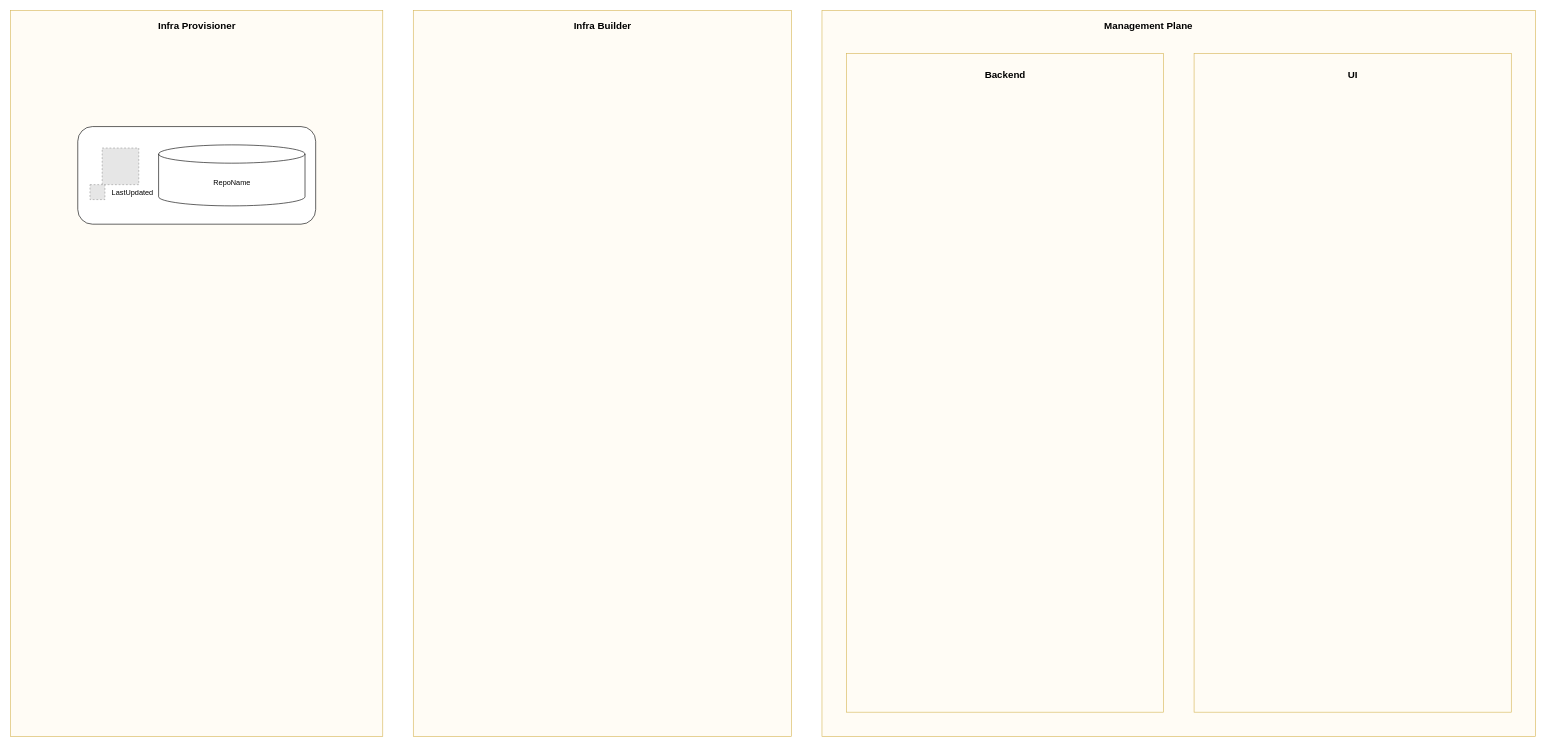
hamzahalneshmi/JSON keeps this draw.io diagram as sample.drawio. Above is the earlier version. Source tidied: cells renumbered, new cells numbered last; positions are measured from the earlier drawing's top-left corner, leaving out a move shared by most shapes. Both pictures are drawn from the tidied source at 61%, with x=0, y=0 at pixel (10, 10). Pictures stored in the file or linked from it are replaced by grey dashed boxes.
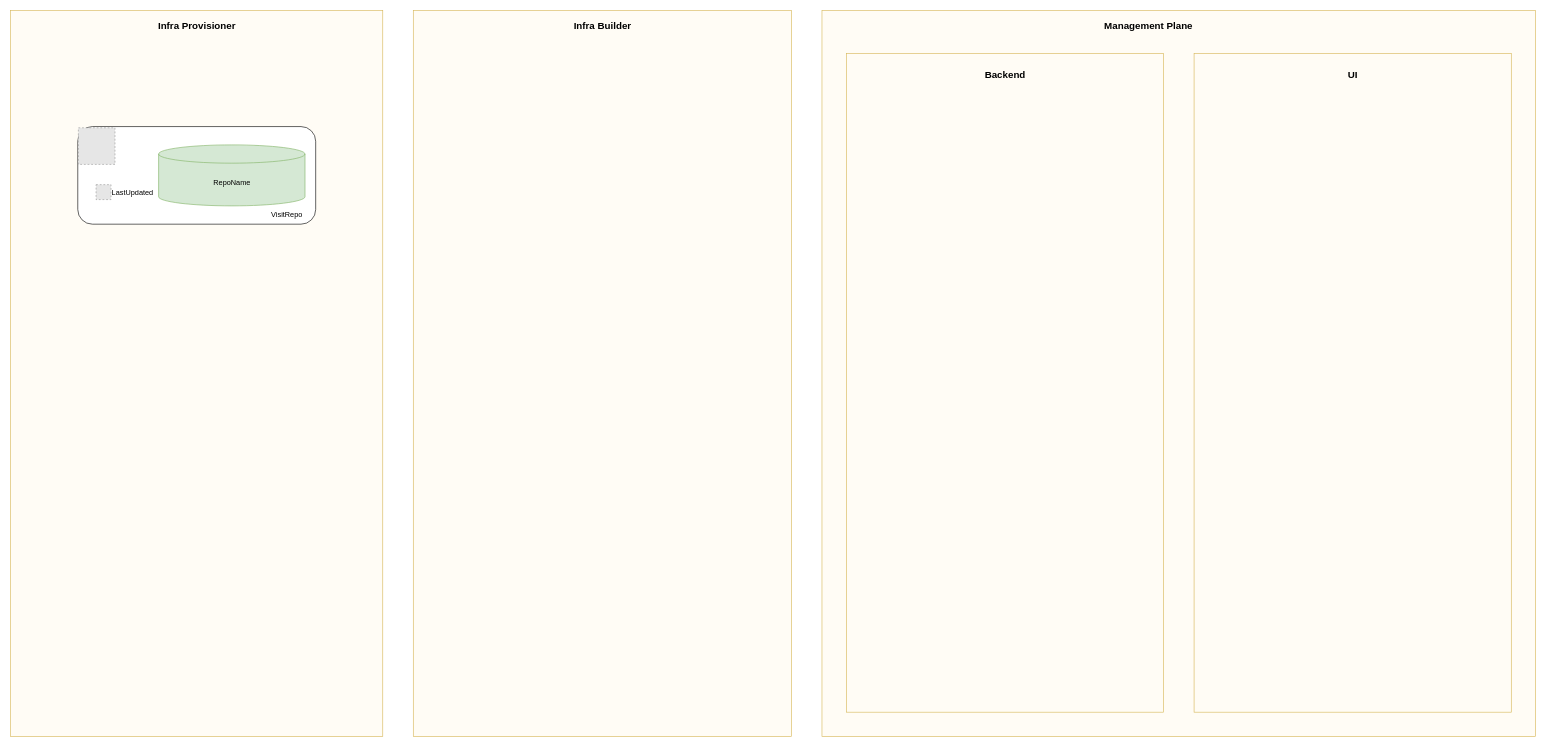
The same diagram, later.

Change to the diagram source:
```diff
@@
 <mxGraphModel>
   <root>
     <mxCell id="0" />
     <mxCell id="1" parent="0" />
     <mxCell id="2" style="rounded=0;whiteSpace=wrap;html=1;fillColor=#fffcf5;strokeColor=#d6b656;" parent="1" vertex="1">
       <mxGeometry width="610" height="1190" as="geometry" />
     </mxCell>
     <mxCell id="3" value="&lt;b&gt;&lt;font style=&quot;font-size: 16px;&quot;&gt;Infra Provisioner&lt;/font&gt;&lt;/b&gt;" style="text;html=1;align=center;verticalAlign=middle;strokeColor=none;fillColor=none;" parent="1" vertex="1">
       <mxGeometry x="230" y="10" width="150" height="30" as="geometry" />
     </mxCell>
     <mxCell id="4" style="rounded=0;whiteSpace=wrap;html=1;fillColor=#fffcf5;strokeColor=#d6b656;" parent="1" vertex="1">
       <mxGeometry x="660" width="620" height="1190" as="geometry" />
     </mxCell>
     <mxCell id="5" value="&lt;b&gt;&lt;font style=&quot;font-size: 16px;&quot;&gt;Infra Builder&lt;/font&gt;&lt;/b&gt;" style="text;html=1;align=center;verticalAlign=middle;strokeColor=none;fillColor=none;" parent="1" vertex="1">
       <mxGeometry x="910" y="10" width="120" height="30" as="geometry" />
     </mxCell>
     <mxCell id="6" style="rounded=0;whiteSpace=wrap;html=1;fillColor=#fffcf5;strokeColor=#d6b656;" parent="1" vertex="1">
       <mxGeometry x="1330" width="1170" height="1190" as="geometry" />
     </mxCell>
     <mxCell id="7" value="&lt;b&gt;&lt;font style=&quot;font-size: 16px;&quot;&gt;Management Plane&lt;/font&gt;&lt;/b&gt;" style="text;html=1;align=center;verticalAlign=middle;strokeColor=none;fillColor=none;" parent="1" vertex="1">
       <mxGeometry x="1780" y="10" width="170" height="30" as="geometry" />
     </mxCell>
     <mxCell id="8" style="rounded=0;whiteSpace=wrap;html=1;fillColor=#fffcf5;strokeColor=#d6b656;" parent="1" vertex="1">
       <mxGeometry x="1370" y="70" width="520" height="1080" as="geometry" />
     </mxCell>
     <mxCell id="9" style="rounded=0;whiteSpace=wrap;html=1;fillColor=#fffcf5;strokeColor=#d6b656;" parent="1" vertex="1">
       <mxGeometry x="1940" y="70" width="520" height="1080" as="geometry" />
     </mxCell>
     <mxCell id="10" value="&lt;b&gt;&lt;font style=&quot;font-size: 16px;&quot;&gt;Backend&lt;/font&gt;&lt;/b&gt;" style="text;html=1;align=center;verticalAlign=middle;strokeColor=none;fillColor=none;" parent="1" vertex="1">
       <mxGeometry x="1585" y="90" width="90" height="30" as="geometry" />
     </mxCell>
     <mxCell id="11" value="&lt;b&gt;&lt;font style=&quot;font-size: 16px;&quot;&gt;UI&lt;/font&gt;&lt;/b&gt;" style="text;html=1;align=center;verticalAlign=middle;strokeColor=none;fillColor=none;" parent="1" vertex="1">
       <mxGeometry x="2180" y="90" width="40" height="30" as="geometry" />
     </mxCell>
     <mxCell id="12" style="rounded=1;whiteSpace=wrap;html=1;" parent="1" vertex="1">
       <mxGeometry x="110" y="190" width="390" height="160" as="geometry" />
     </mxCell>
-    <mxCell id="13" value="RepoName" style="shape=cylinder3;whiteSpace=wrap;html=1;boundedLbl=1;backgroundOutline=1;size=15;" parent="1" vertex="1">
+    <mxCell id="13" value="RepoName" style="shape=cylinder3;whiteSpace=wrap;html=1;boundedLbl=1;backgroundOutline=1;size=15;fillColor=#d5e8d4;strokeColor=#82b366;" parent="1" vertex="1">
       <mxGeometry x="242.5" y="220" width="240" height="100" as="geometry" />
     </mxCell>
     <mxCell id="14" value="LastUpdated" style="text;html=1;strokeColor=none;fillColor=none;align=center;verticalAlign=middle;whiteSpace=wrap;rounded=0;" parent="1" vertex="1">
       <mxGeometry x="170" y="282.5" width="60" height="30" as="geometry" />
     </mxCell>
     <mxCell id="15" style="fillColor=#E6E6E6;strokeColor=#999999;dashed=1;verticalLabelPosition=bottom;labelBackgroundColor=default;verticalAlign=top;" parent="1" vertex="1">
-      <mxGeometry x="150" y="225.2" width="60" height="60" as="geometry" />
+      <mxGeometry x="111" y="192" width="60" height="60" as="geometry" />
     </mxCell>
     <mxCell id="16" style="fillColor=#E6E6E6;strokeColor=#999999;dashed=1;verticalLabelPosition=bottom;labelBackgroundColor=default;verticalAlign=top;" parent="1" vertex="1">
-      <mxGeometry x="130" y="285.2" width="24.5" height="24.5" as="geometry" />
+      <mxGeometry x="140" y="285.2" width="24.5" height="24.5" as="geometry" />
     </mxCell>
+    <mxCell id="17" value="VisitRepo" style="text;html=1;strokeColor=none;fillColor=none;align=center;verticalAlign=middle;whiteSpace=wrap;rounded=0;" parent="1" vertex="1">
+      <mxGeometry x="423" y="320" width="60" height="30" as="geometry" />
+    </mxCell>
   </root>
 </mxGraphModel>
```
